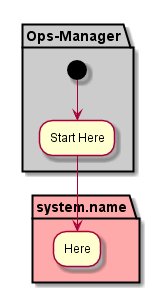
Earlier version of the PlantUML export docs/Actors/Ops-Manager/Activity.png (CAADE/fleet). Its diagram source:
```plantuml
@startuml


partition "Ops-Manager"  #cccccc {
  (*) --> "Start Here"
}

partition "system.name" #ffaaaa {
  "Start Here" --> "Here"
}

@enduml
```
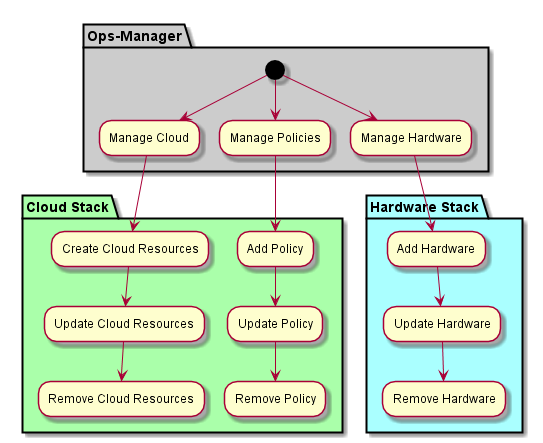
Later version of the same file.

Commit message:
Document Application Stack

Change to the diagram source:
```diff
@@ -2,11 +2,25 @@
 
 
 partition "Ops-Manager"  #cccccc {
-  (*) --> "Start Here"
+  (*) --> "Manage Cloud"
+  (*) --> "Manage Policies"
+  (*) --> "Manage Hardware"
 }
 
-partition "system.name" #ffaaaa {
-  "Start Here" --> "Here"
+partition "Cloud Stack" #aaffaa {
+  "Manage Cloud" --> "Create Cloud Resources"
+  "Create Cloud Resources" --> "Update Cloud Resources"
+  "Update Cloud Resources" --> "Remove Cloud Resources"
+
+  "Manage Policies" --> "Add Policy"
+  "Add Policy" --> "Update Policy"
+  "Update Policy" --> "Remove Policy"
+}
+
+partition "Hardware Stack" #aaffff {
+  "Manage Hardware" --> "Add Hardware"
+  "Add Hardware" --> "Update Hardware"
+  "Update Hardware" --> "Remove Hardware"
 }
 
 @enduml
```
